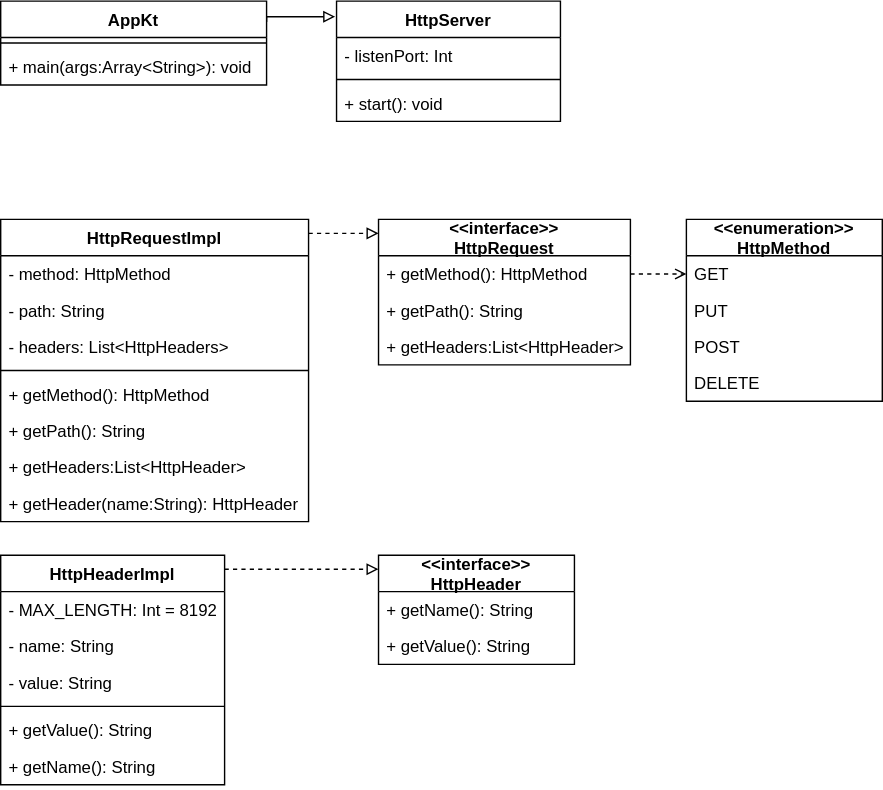
This is drawio/design.dio.svg from omuomu/http-server-kotlin, a draw.io export, as it was before one commit. Source tidied: cells renumbered, new cells last; positions are measured from the earlier drawing's top-left corner, leaving out a move shared by most shapes.
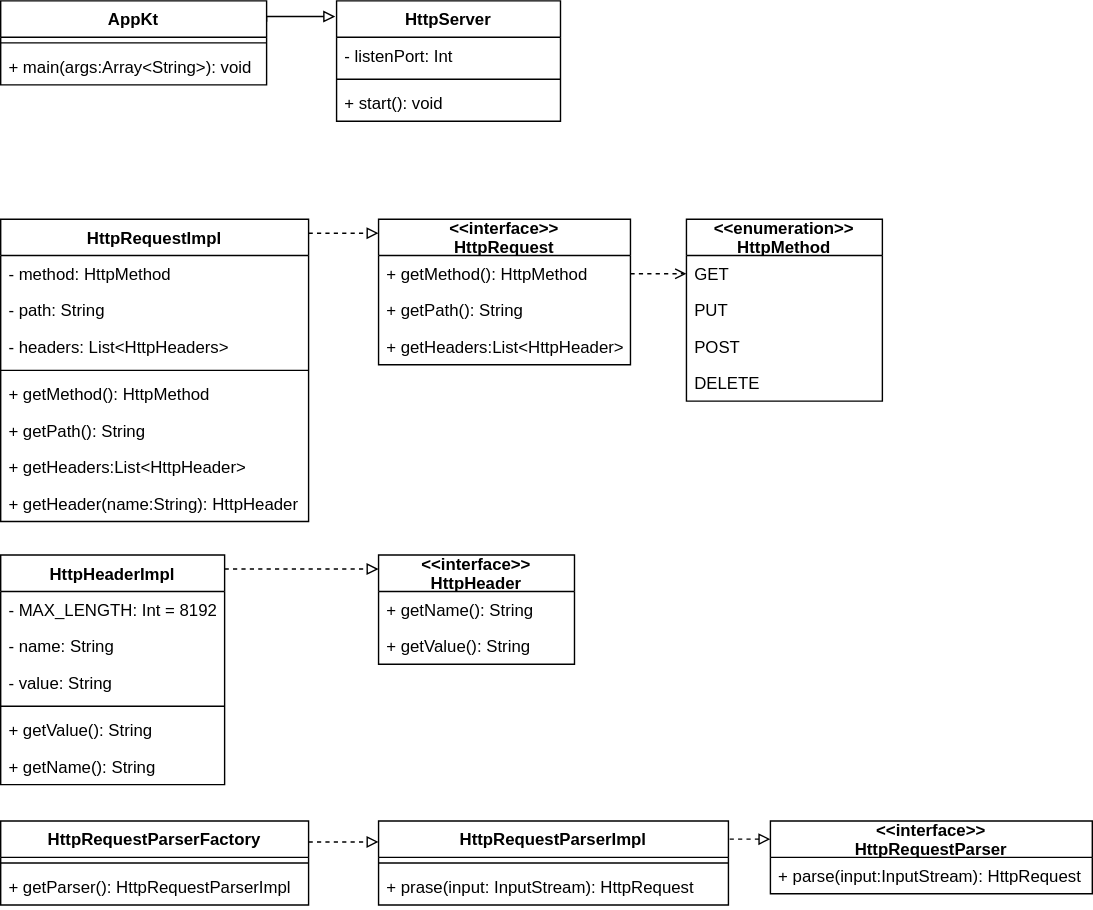
The same file after the commit.

Commit message:
HttpRequestParserの図を追加

Diff of the diagram source:
```diff
@@ -133,5 +133,41 @@
     <mxCell id="40" value="+ getName(): String" style="text;strokeColor=none;fillColor=none;align=left;verticalAlign=top;spacingLeft=4;spacingRight=4;overflow=hidden;" parent="34" vertex="1">
       <mxGeometry y="138" width="160" height="26" as="geometry" />
     </mxCell>
+    <mxCell id="41" value="&lt;&lt;interface&gt;&gt;&#10;HttpRequestParser" style="swimlane;fontStyle=1;horizontal=1;startSize=26;fillColor=none;" parent="1" vertex="1">
+      <mxGeometry x="550" y="586" width="230" height="52" as="geometry" />
+    </mxCell>
+    <mxCell id="42" value="+ parse(input:InputStream): HttpRequest" style="text;strokeColor=none;fillColor=none;align=left;verticalAlign=top;spacingLeft=4;spacingRight=4;overflow=hidden;" parent="41" vertex="1">
+      <mxGeometry y="26" width="230" height="26" as="geometry" />
+    </mxCell>
+    <mxCell id="43" style="edgeStyle=orthogonalEdgeStyle;rounded=0;jettySize=auto;html=1;exitX=0;exitY=0.25;exitDx=0;exitDy=0;startArrow=block;startFill=0;endArrow=none;endFill=0;dashed=1;" parent="1" edge="1" target="48">
+      <mxGeometry relative="1" as="geometry">
+        <mxPoint x="550" y="599" as="sourcePoint" />
+        <Array as="points">
+          <mxPoint x="530" y="599" />
+          <mxPoint x="530" y="599" />
+        </Array>
+      </mxGeometry>
+    </mxCell>
+    <mxCell id="44" style="edgeStyle=orthogonalEdgeStyle;rounded=0;jettySize=auto;html=1;exitX=1;exitY=0.25;exitDx=0;exitDy=0;entryX=0;entryY=0.25;entryDx=0;entryDy=0;startArrow=none;startFill=0;endArrow=block;endFill=0;dashed=1;" parent="1" edge="1" source="45" target="48">
+      <mxGeometry relative="1" as="geometry" />
+    </mxCell>
+    <mxCell id="45" value="HttpRequestParserFactory" style="swimlane;fontStyle=1;align=center;verticalAlign=top;horizontal=1;startSize=26;" parent="1" vertex="1">
+      <mxGeometry y="586" width="220" height="60" as="geometry" />
+    </mxCell>
+    <mxCell id="46" style="line;strokeWidth=1;fillColor=none;align=left;verticalAlign=middle;spacingTop=-1;spacingLeft=3;spacingRight=3;labelPosition=right;" parent="45" vertex="1">
+      <mxGeometry y="26" width="220" height="8" as="geometry" />
+    </mxCell>
+    <mxCell id="47" value="+ getParser(): HttpRequestParserImpl" style="text;strokeColor=none;fillColor=none;align=left;verticalAlign=top;spacingLeft=4;spacingRight=4;overflow=hidden;" parent="45" vertex="1">
+      <mxGeometry y="34" width="220" height="26" as="geometry" />
+    </mxCell>
+    <mxCell id="48" value="HttpRequestParserImpl" style="swimlane;fontStyle=1;align=center;verticalAlign=top;horizontal=1;startSize=26;" parent="1" vertex="1">
+      <mxGeometry x="270" y="586" width="250" height="60" as="geometry" />
+    </mxCell>
+    <mxCell id="49" style="line;strokeWidth=1;fillColor=none;align=left;verticalAlign=middle;spacingTop=-1;spacingLeft=3;spacingRight=3;labelPosition=right;" parent="48" vertex="1">
+      <mxGeometry y="26" width="250" height="8" as="geometry" />
+    </mxCell>
+    <mxCell id="50" value="+ prase(input: InputStream): HttpRequest" style="text;strokeColor=none;fillColor=none;align=left;verticalAlign=top;spacingLeft=4;spacingRight=4;overflow=hidden;" parent="48" vertex="1">
+      <mxGeometry y="34" width="250" height="26" as="geometry" />
+    </mxCell>
   </root>
 </mxGraphModel>
```
